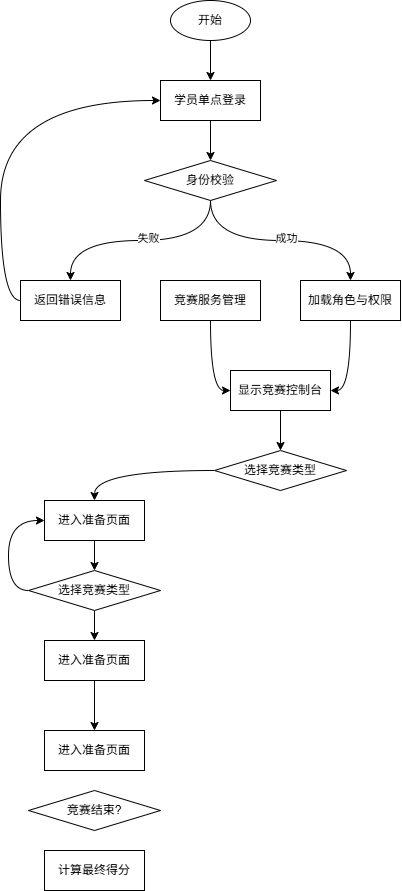
Above: 竞赛一体化平台系统信息流程图.png in BlueTeethAC/drowIOWarehouse (draw.io), before the change. Source tidied: cells renumbered, new cells last; positions are measured from the earlier drawing's top-left corner, leaving out a move shared by most shapes.
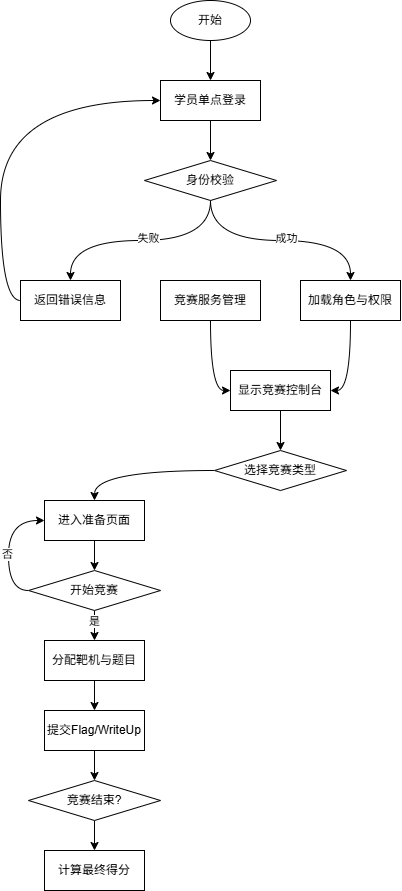
After the change.

Commit message:
更新竞赛一体化平台系统信息流程图.png

Diff of the diagram source:
```diff
@@ -68,23 +68,35 @@
     <mxCell id="23" style="edgeStyle=orthogonalEdgeStyle;curved=1;rounded=0;jettySize=auto;html=1;exitX=0.5;exitY=1;exitDx=0;exitDy=0;entryX=0.5;entryY=0;entryDx=0;entryDy=0;" parent="1" edge="1" source="25" target="27">
       <mxGeometry relative="1" as="geometry" />
     </mxCell>
+    <mxCell id="31" value="是" style="edgeLabel;html=1;align=center;verticalAlign=middle;" parent="23" vertex="1">
+      <mxGeometry x="-0.3" relative="1" as="geometry" />
+    </mxCell>
     <mxCell id="24" style="edgeStyle=orthogonalEdgeStyle;curved=1;rounded=0;jettySize=auto;html=1;exitX=0;exitY=0.5;exitDx=0;exitDy=0;entryX=0;entryY=0.5;entryDx=0;entryDy=0;" parent="1" edge="1" source="25" target="22">
       <mxGeometry relative="1" as="geometry" />
     </mxCell>
+    <mxCell id="32" value="否" style="edgeLabel;html=1;align=center;verticalAlign=middle;" parent="24" vertex="1">
+      <mxGeometry x="-0.11" y="1" relative="1" as="geometry" />
+    </mxCell>
-    <mxCell id="25" value="选择竞赛类型" style="rhombus;whiteSpace=wrap;html=1;" parent="1" vertex="1">
+    <mxCell id="25" value="开始竞赛" style="rhombus;whiteSpace=wrap;html=1;" parent="1" vertex="1">
       <mxGeometry x="8" y="570" width="132" height="40" as="geometry" />
     </mxCell>
     <mxCell id="26" style="edgeStyle=orthogonalEdgeStyle;curved=1;rounded=0;jettySize=auto;html=1;exitX=0.5;exitY=1;exitDx=0;exitDy=0;" parent="1" edge="1" source="27" target="28">
       <mxGeometry relative="1" as="geometry" />
     </mxCell>
-    <mxCell id="27" value="进入准备页面" style="rounded=0;whiteSpace=wrap;html=1;" parent="1" vertex="1">
+    <mxCell id="27" value="分配靶机与题目" style="rounded=0;whiteSpace=wrap;html=1;" parent="1" vertex="1">
       <mxGeometry x="24" y="640" width="100" height="40" as="geometry" />
     </mxCell>
+    <mxCell id="33" style="edgeStyle=orthogonalEdgeStyle;curved=1;rounded=0;jettySize=auto;html=1;exitX=0.5;exitY=1;exitDx=0;exitDy=0;entryX=0.5;entryY=0;entryDx=0;entryDy=0;" parent="1" edge="1" source="28" target="29">
+      <mxGeometry relative="1" as="geometry" />
+    </mxCell>
-    <mxCell id="28" value="进入准备页面" style="rounded=0;whiteSpace=wrap;html=1;" parent="1" vertex="1">
-      <mxGeometry x="24" y="730" width="100" height="40" as="geometry" />
+    <mxCell id="28" value="提交Flag/WriteUp" style="rounded=0;whiteSpace=wrap;html=1;" parent="1" vertex="1">
+      <mxGeometry x="24" y="710" width="100" height="40" as="geometry" />
     </mxCell>
+    <mxCell id="34" style="edgeStyle=orthogonalEdgeStyle;curved=1;rounded=0;jettySize=auto;html=1;exitX=0.5;exitY=1;exitDx=0;exitDy=0;entryX=0.5;entryY=0;entryDx=0;entryDy=0;" parent="1" edge="1" source="29" target="30">
+      <mxGeometry relative="1" as="geometry" />
+    </mxCell>
     <mxCell id="29" value="竞赛结束?" style="rhombus;whiteSpace=wrap;html=1;" parent="1" vertex="1">
-      <mxGeometry x="8" y="790" width="132" height="40" as="geometry" />
+      <mxGeometry x="8" y="780" width="132" height="40" as="geometry" />
     </mxCell>
     <mxCell id="30" value="计算最终得分" style="rounded=0;whiteSpace=wrap;html=1;" parent="1" vertex="1">
       <mxGeometry x="24" y="850" width="100" height="40" as="geometry" />
```
